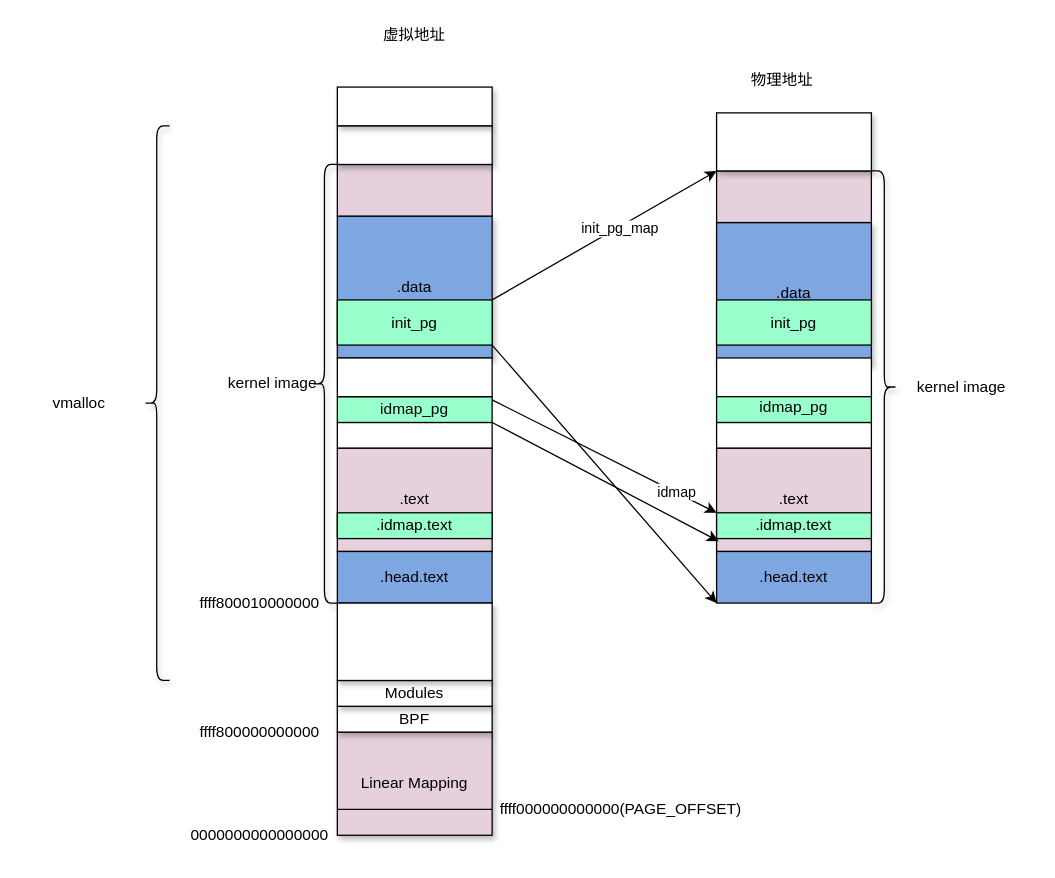
The draw.io diagram kernel_start.drawio in jasonactions/graph, before the edit. Source tidied: cells renumbered, new cells numbered last; positions are measured from the earlier drawing's top-left corner, leaving out a move shared by most shapes. Both pictures are drawn from the tidied source at 129%, with x=0, y=0 at pixel (27, 22).
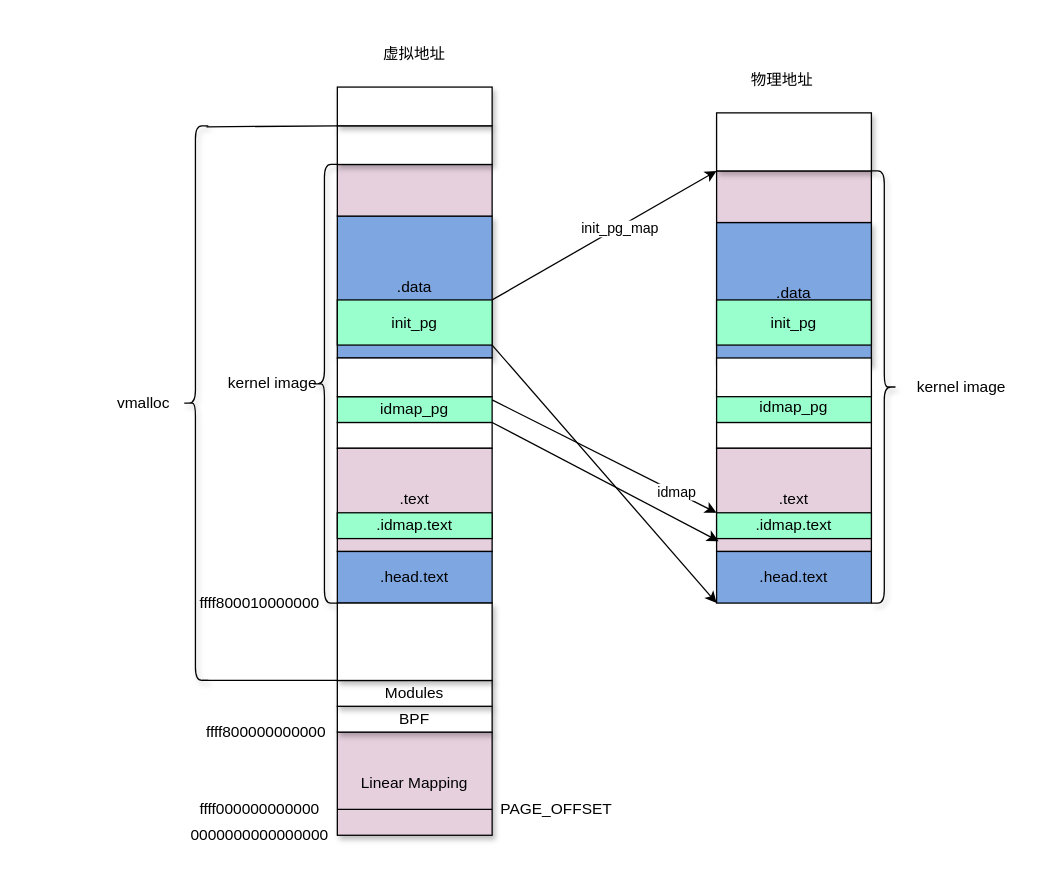
Above is the later version.

Unchanged cells that the change refers to:
```xml
<mxCell id="24" style="rounded=0;whiteSpace=wrap;html=1;shadow=1;fillColor=#FFFFFF;" parent="1" vertex="1">
  <mxGeometry x="240" y="80" width="120" height="30" as="geometry" />
</mxCell>
<mxCell id="38" value="Modules" style="rounded=0;whiteSpace=wrap;html=1;shadow=1;fillColor=#FFFFFF;" parent="1" vertex="1">
  <mxGeometry x="240" y="510" width="120" height="20" as="geometry" />
</mxCell>
```

The edit, as a diff of the source:
```diff
@@
     <mxCell id="5" value="虚拟地址" style="text;html=1;strokeColor=none;fillColor=none;align=center;verticalAlign=middle;whiteSpace=wrap;rounded=0;" parent="1" vertex="1">
-      <mxGeometry x="265" width="70" height="20" as="geometry" />
+      <mxGeometry x="265" y="15" width="70" height="20" as="geometry" />
     </mxCell>
@@
     <mxCell id="34" value="ffff800000000000" style="text;html=1;strokeColor=none;fillColor=none;align=center;verticalAlign=middle;whiteSpace=wrap;rounded=0;shadow=1;" parent="1" vertex="1">
-      <mxGeometry x="130" y="540" width="100" height="20" as="geometry" />
+      <mxGeometry x="135" y="540" width="100" height="20" as="geometry" />
     </mxCell>
-    <mxCell id="35" value="ffff000000000000(PAGE_OFFSET)" style="text;html=1;strokeColor=none;fillColor=none;align=center;verticalAlign=middle;whiteSpace=wrap;rounded=0;shadow=1;" parent="1" vertex="1">
-      <mxGeometry x="360" y="600" width="200" height="20" as="geometry" />
+    <mxCell id="35" value="ffff000000000000" style="text;html=1;strokeColor=none;fillColor=none;align=center;verticalAlign=middle;whiteSpace=wrap;rounded=0;shadow=1;" parent="1" vertex="1">
+      <mxGeometry x="125" y="600" width="110" height="20" as="geometry" />
     </mxCell>
@@
     <mxCell id="40" style="shape=curlyBracket;whiteSpace=wrap;html=1;rounded=1;shadow=1;fillColor=#FFFFFF;" parent="1" vertex="1">
-      <mxGeometry x="90" y="80" width="20" height="430" as="geometry" />
+      <mxGeometry x="120" y="80" width="20" height="430" as="geometry" />
     </mxCell>
     <mxCell id="41" value="vmalloc" style="text;html=1;strokeColor=none;fillColor=none;align=center;verticalAlign=middle;whiteSpace=wrap;rounded=0;shadow=1;" parent="1" vertex="1">
-      <mxGeometry y="285" width="80" height="20" as="geometry" />
+      <mxGeometry x="50" y="285" width="80" height="20" as="geometry" />
     </mxCell>
@@
+    <mxCell id="47" style="endArrow=none;html=1;entryX=0;entryY=0;entryDx=0;entryDy=0;exitX=0.75;exitY=1;exitDx=0;exitDy=0;" parent="1" edge="1" source="40" target="38">
+      <mxGeometry relative="1" as="geometry" />
+    </mxCell>
+    <mxCell id="48" style="endArrow=none;html=1;entryX=0;entryY=0;entryDx=0;entryDy=0;exitX=0.925;exitY=0.002;exitDx=0;exitDy=0;exitPerimeter=0;" parent="1" edge="1" source="40" target="24">
+      <mxGeometry relative="1" as="geometry" />
+    </mxCell>
+    <mxCell id="49" value="PAGE_OFFSET" style="text;html=1;strokeColor=none;fillColor=none;align=center;verticalAlign=middle;whiteSpace=wrap;rounded=0;shadow=1;" parent="1" vertex="1">
+      <mxGeometry x="360" y="600" width="100" height="20" as="geometry" />
+    </mxCell>
```
